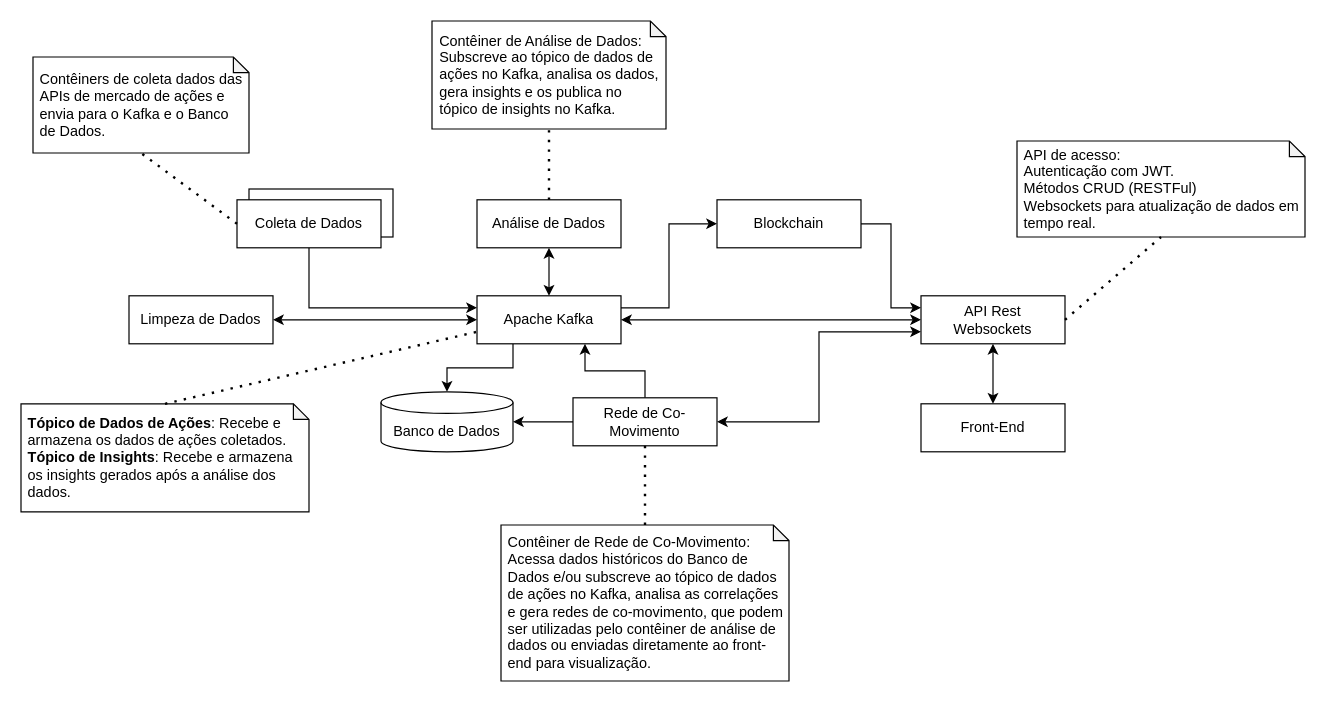
This is doc/RealStockInsight.drawio from JunioCesarFerreira/RealStockInsight, a draw.io file, before an edit. Source tidied: cells renumbered, new cells numbered last; positions are measured from the earlier drawing's top-left corner, leaving out a move shared by most shapes. Both pictures are drawn from the tidied source at 120%, with x=0, y=0 at pixel (20, 20).
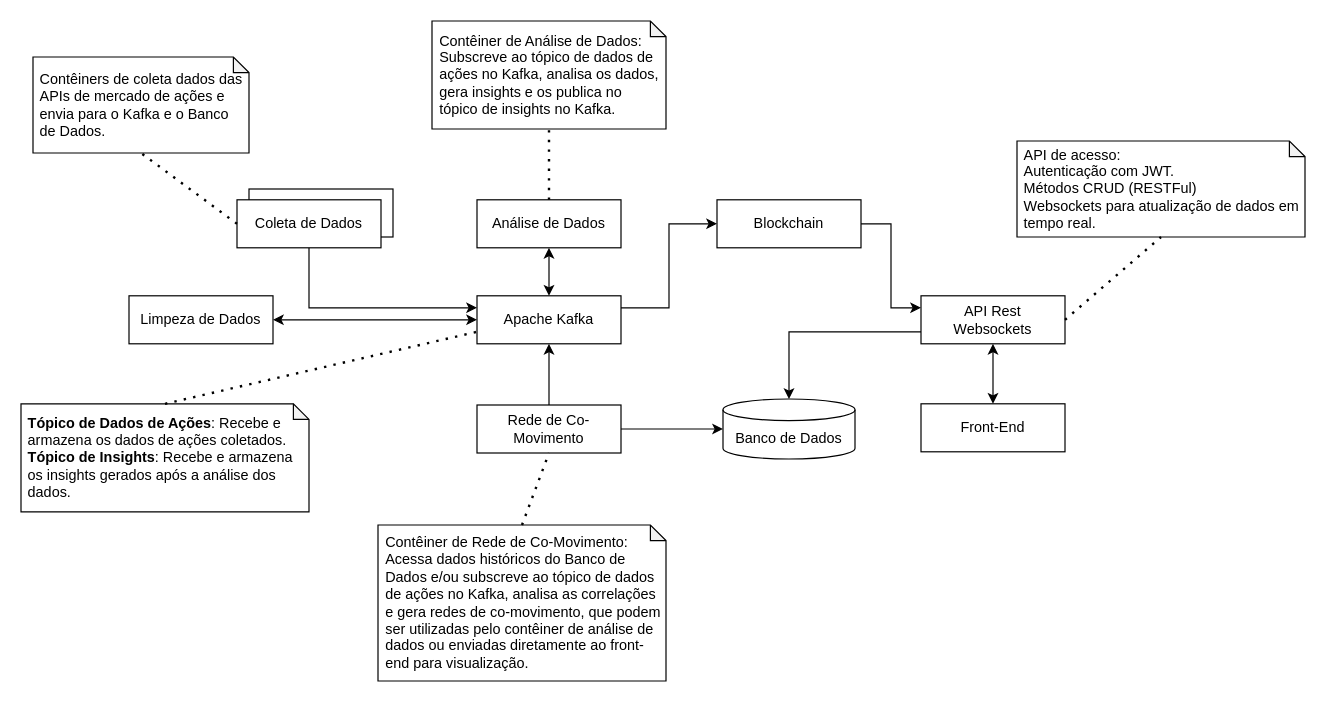
The same diagram, later.

Commit message (it also covers changes not shown here):
doc - atualização diagrama

Unchanged cells that the change refers to:
```xml
<mxCell id="5" value="Apache Kafka" style="rounded=0;whiteSpace=wrap;html=1;" parent="1" vertex="1">
  <mxGeometry x="380" y="229" width="120" height="40" as="geometry" />
</mxCell>
<mxCell id="19" value="API Rest&lt;br&gt;Websockets" style="rounded=0;whiteSpace=wrap;html=1;" parent="1" vertex="1">
  <mxGeometry x="750" y="229" width="120" height="40" as="geometry" />
</mxCell>
```

The edit, as a diff of the source:
```diff
@@
-    <mxCell id="3" style="edgeStyle=orthogonalEdgeStyle;rounded=0;jettySize=auto;html=1;exitX=0.25;exitY=1;exitDx=0;exitDy=0;entryX=0.5;entryY=0;entryDx=0;entryDy=0;entryPerimeter=0;" parent="1" edge="1" source="5" target="10">
-      <mxGeometry relative="1" as="geometry" />
-    </mxCell>
@@
     <mxCell id="10" value="Banco de Dados" style="shape=cylinder3;whiteSpace=wrap;html=1;boundedLbl=1;backgroundOutline=1;size=9;" parent="1" vertex="1">
-      <mxGeometry x="300" y="309" width="110" height="50" as="geometry" />
+      <mxGeometry x="585" y="315" width="110" height="50" as="geometry" />
     </mxCell>
-    <mxCell id="11" style="edgeStyle=orthogonalEdgeStyle;rounded=0;jettySize=auto;html=1;exitX=0.5;exitY=0;exitDx=0;exitDy=0;entryX=0.75;entryY=1;entryDx=0;entryDy=0;" parent="1" edge="1" source="13" target="5">
+    <mxCell id="11" style="edgeStyle=orthogonalEdgeStyle;rounded=0;jettySize=auto;html=1;exitX=0.5;exitY=0;exitDx=0;exitDy=0;entryX=0.5;entryY=1;entryDx=0;entryDy=0;" parent="1" edge="1" source="13" target="5">
       <mxGeometry relative="1" as="geometry" />
     </mxCell>
-    <mxCell id="12" style="edgeStyle=orthogonalEdgeStyle;rounded=0;jettySize=auto;html=1;exitX=0;exitY=0.5;exitDx=0;exitDy=0;entryX=1;entryY=0.5;entryDx=0;entryDy=0;entryPerimeter=0;" parent="1" edge="1" source="13" target="10">
+    <mxCell id="12" style="edgeStyle=orthogonalEdgeStyle;rounded=0;jettySize=auto;html=1;exitX=1;exitY=0.5;exitDx=0;exitDy=0;" parent="1" edge="1" source="13" target="10">
       <mxGeometry relative="1" as="geometry" />
     </mxCell>
     <mxCell id="13" value="Rede de Co-Movimento" style="rounded=0;whiteSpace=wrap;html=1;" parent="1" vertex="1">
-      <mxGeometry x="460" y="314" width="120" height="40" as="geometry" />
+      <mxGeometry x="380" y="320" width="120" height="40" as="geometry" />
     </mxCell>
@@
-    <mxCell id="16" style="edgeStyle=orthogonalEdgeStyle;rounded=0;jettySize=auto;html=1;exitX=0;exitY=0.75;exitDx=0;exitDy=0;entryX=1;entryY=0.5;entryDx=0;entryDy=0;startArrow=classic;startFill=1;" parent="1" edge="1" source="19" target="13">
-      <mxGeometry relative="1" as="geometry" />
-    </mxCell>
-    <mxCell id="17" style="edgeStyle=orthogonalEdgeStyle;rounded=0;jettySize=auto;html=1;exitX=0;exitY=0.5;exitDx=0;exitDy=0;entryX=1;entryY=0.5;entryDx=0;entryDy=0;startArrow=classic;startFill=1;" parent="1" edge="1" source="19" target="5">
-      <mxGeometry relative="1" as="geometry" />
-    </mxCell>
@@
+    <mxCell id="33" style="edgeStyle=orthogonalEdgeStyle;rounded=0;jettySize=auto;html=1;exitX=0;exitY=0.75;exitDx=0;exitDy=0;" parent="1" edge="1" source="19" target="10">
+      <mxGeometry relative="1" as="geometry" />
+    </mxCell>
@@
     <mxCell id="25" value="&lt;div&gt;Contêiner de Rede de Co-Movimento: Acessa dados históricos do Banco de Dados e/ou subscreve ao tópico de dados de ações no Kafka, analisa as correlações e gera redes de co-movimento, que podem ser utilizadas pelo contêiner de análise de dados ou enviadas diretamente ao front-end para visualização.&lt;br&gt;&lt;/div&gt;" style="shape=note;whiteSpace=wrap;html=1;backgroundOutline=1;darkOpacity=0.05;size=13;perimeterSpacing=0;spacingLeft=4;spacingRight=4;align=left;" parent="1" vertex="1">
-      <mxGeometry x="400" y="420" width="240" height="130" as="geometry" />
+      <mxGeometry x="297.5" y="420" width="240" height="130" as="geometry" />
     </mxCell>
```
